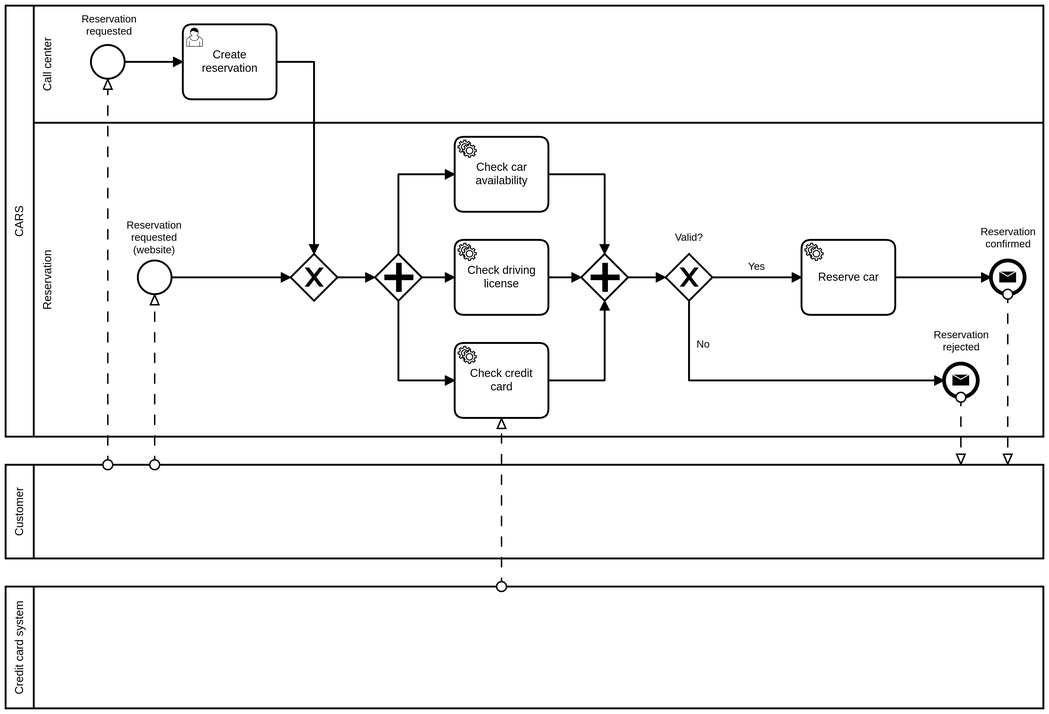
Earlier version of the BPMN export car_rental/models/reservation_process_as_is.png (franco-ruggeri/polito-information-systems). Its source is kept beside it as car_rental/models/reservation_process_as_is.bpmn. Ids are renumbered.
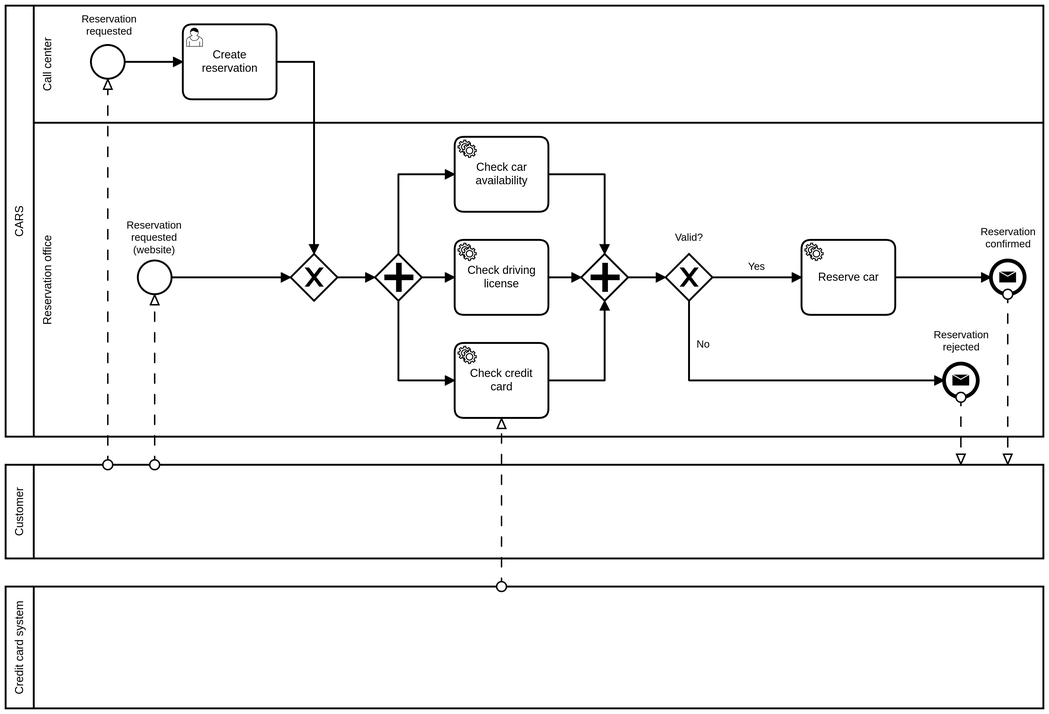
Later version of the same file.

Diff of the diagram source:
```diff
@@ -11,7 +11,7 @@
   </bpmn:collaboration>
   <bpmn:process id="Process_n4" isExecutable="true">
     <bpmn:laneSet id="LaneSet_n18">
-      <bpmn:lane id="Lane_n19" name="Reservation">
+      <bpmn:lane id="Lane_n19" name="Reservation office">
         <bpmn:flowNodeRef>Gateway_n20</bpmn:flowNodeRef>
         <bpmn:flowNodeRef>Gateway_n21</bpmn:flowNodeRef>
         <bpmn:flowNodeRef>Activity_n22</bpmn:flowNodeRef>
@@ -107,53 +107,29 @@
       <bpmndi:BPMNShape id="Participant_n3_di" bpmnElement="Participant_n3" isHorizontal="true">
         <dc:Bounds x="121" y="110" width="1107" height="460" />
       </bpmndi:BPMNShape>
+      <bpmndi:BPMNShape id="Lane_n27_di" bpmnElement="Lane_n27" isHorizontal="true">
+        <dc:Bounds x="151" y="110" width="1077" height="125" />
+      </bpmndi:BPMNShape>
       <bpmndi:BPMNShape id="Lane_n19_di" bpmnElement="Lane_n19" isHorizontal="true">
         <dc:Bounds x="151" y="235" width="1077" height="335" />
       </bpmndi:BPMNShape>
-      <bpmndi:BPMNShape id="Lane_n27_di" bpmnElement="Lane_n27" isHorizontal="true">
-        <dc:Bounds x="151" y="110" width="1077" height="125" />
-      </bpmndi:BPMNShape>
-      <bpmndi:BPMNEdge id="Flow_n29_di" bpmnElement="Flow_n29">
-        <di:waypoint x="410" y="170" />
-        <di:waypoint x="450" y="170" />
-        <di:waypoint x="450" y="375" />
+      <bpmndi:BPMNEdge id="Flow_n44_di" bpmnElement="Flow_n44">
+        <di:waypoint x="700" y="400" />
+        <di:waypoint x="735" y="400" />
       </bpmndi:BPMNEdge>
-      <bpmndi:BPMNEdge id="Flow_n30_di" bpmnElement="Flow_n30">
-        <di:waypoint x="248" y="170" />
-        <di:waypoint x="310" y="170" />
+      <bpmndi:BPMNEdge id="Flow_n43_di" bpmnElement="Flow_n43">
+        <di:waypoint x="700" y="510" />
+        <di:waypoint x="760" y="510" />
+        <di:waypoint x="760" y="425" />
       </bpmndi:BPMNEdge>
-      <bpmndi:BPMNEdge id="Flow_n31_di" bpmnElement="Flow_n31">
-        <di:waypoint x="298" y="400" />
-        <di:waypoint x="425" y="400" />
+      <bpmndi:BPMNEdge id="Flow_n42_di" bpmnElement="Flow_n42">
+        <di:waypoint x="700" y="290" />
+        <di:waypoint x="760" y="290" />
+        <di:waypoint x="760" y="375" />
       </bpmndi:BPMNEdge>
-      <bpmndi:BPMNEdge id="Flow_n32_di" bpmnElement="Flow_n32">
-        <di:waypoint x="475" y="400" />
-        <di:waypoint x="515" y="400" />
-      </bpmndi:BPMNEdge>
-      <bpmndi:BPMNEdge id="Flow_n33_di" bpmnElement="Flow_n33">
-        <di:waypoint x="540" y="375" />
-        <di:waypoint x="540" y="290" />
-        <di:waypoint x="600" y="290" />
-      </bpmndi:BPMNEdge>
-      <bpmndi:BPMNEdge id="Flow_n34_di" bpmnElement="Flow_n34">
-        <di:waypoint x="540" y="425" />
-        <di:waypoint x="540" y="510" />
-        <di:waypoint x="600" y="510" />
-      </bpmndi:BPMNEdge>
-      <bpmndi:BPMNEdge id="Flow_n35_di" bpmnElement="Flow_n35">
-        <di:waypoint x="565" y="400" />
-        <di:waypoint x="600" y="400" />
-      </bpmndi:BPMNEdge>
-      <bpmndi:BPMNEdge id="Flow_n36_di" bpmnElement="Flow_n36">
-        <di:waypoint x="875" y="400" />
-        <di:waypoint x="970" y="400" />
-        <bpmndi:BPMNLabel>
-          <dc:Bounds x="913" y="382" width="19" height="14" />
-        </bpmndi:BPMNLabel>
-      </bpmndi:BPMNEdge>
-      <bpmndi:BPMNEdge id="Flow_n37_di" bpmnElement="Flow_n37">
-        <di:waypoint x="1070" y="400" />
-        <di:waypoint x="1172" y="400" />
+      <bpmndi:BPMNEdge id="Flow_n41_di" bpmnElement="Flow_n41">
+        <di:waypoint x="785" y="400" />
+        <di:waypoint x="825" y="400" />
       </bpmndi:BPMNEdge>
       <bpmndi:BPMNEdge id="Flow_n38_di" bpmnElement="Flow_n38">
         <di:waypoint x="850" y="425" />
@@ -163,23 +139,47 @@
           <dc:Bounds x="858" y="465" width="15" height="14" />
         </bpmndi:BPMNLabel>
       </bpmndi:BPMNEdge>
-      <bpmndi:BPMNEdge id="Flow_n41_di" bpmnElement="Flow_n41">
-        <di:waypoint x="785" y="400" />
-        <di:waypoint x="825" y="400" />
+      <bpmndi:BPMNEdge id="Flow_n37_di" bpmnElement="Flow_n37">
+        <di:waypoint x="1070" y="400" />
+        <di:waypoint x="1172" y="400" />
       </bpmndi:BPMNEdge>
-      <bpmndi:BPMNEdge id="Flow_n42_di" bpmnElement="Flow_n42">
-        <di:waypoint x="700" y="290" />
-        <di:waypoint x="760" y="290" />
-        <di:waypoint x="760" y="375" />
+      <bpmndi:BPMNEdge id="Flow_n36_di" bpmnElement="Flow_n36">
+        <di:waypoint x="875" y="400" />
+        <di:waypoint x="970" y="400" />
+        <bpmndi:BPMNLabel>
+          <dc:Bounds x="913" y="382" width="19" height="14" />
+        </bpmndi:BPMNLabel>
       </bpmndi:BPMNEdge>
-      <bpmndi:BPMNEdge id="Flow_n43_di" bpmnElement="Flow_n43">
-        <di:waypoint x="700" y="510" />
-        <di:waypoint x="760" y="510" />
-        <di:waypoint x="760" y="425" />
+      <bpmndi:BPMNEdge id="Flow_n35_di" bpmnElement="Flow_n35">
+        <di:waypoint x="565" y="400" />
+        <di:waypoint x="600" y="400" />
       </bpmndi:BPMNEdge>
-      <bpmndi:BPMNEdge id="Flow_n44_di" bpmnElement="Flow_n44">
-        <di:waypoint x="700" y="400" />
-        <di:waypoint x="735" y="400" />
+      <bpmndi:BPMNEdge id="Flow_n34_di" bpmnElement="Flow_n34">
+        <di:waypoint x="540" y="425" />
+        <di:waypoint x="540" y="510" />
+        <di:waypoint x="600" y="510" />
+      </bpmndi:BPMNEdge>
+      <bpmndi:BPMNEdge id="Flow_n33_di" bpmnElement="Flow_n33">
+        <di:waypoint x="540" y="375" />
+        <di:waypoint x="540" y="290" />
+        <di:waypoint x="600" y="290" />
+      </bpmndi:BPMNEdge>
+      <bpmndi:BPMNEdge id="Flow_n32_di" bpmnElement="Flow_n32">
+        <di:waypoint x="475" y="400" />
+        <di:waypoint x="515" y="400" />
+      </bpmndi:BPMNEdge>
+      <bpmndi:BPMNEdge id="Flow_n31_di" bpmnElement="Flow_n31">
+        <di:waypoint x="298" y="400" />
+        <di:waypoint x="425" y="400" />
+      </bpmndi:BPMNEdge>
+      <bpmndi:BPMNEdge id="Flow_n30_di" bpmnElement="Flow_n30">
+        <di:waypoint x="248" y="170" />
+        <di:waypoint x="310" y="170" />
+      </bpmndi:BPMNEdge>
+      <bpmndi:BPMNEdge id="Flow_n29_di" bpmnElement="Flow_n29">
+        <di:waypoint x="410" y="170" />
+        <di:waypoint x="450" y="170" />
+        <di:waypoint x="450" y="375" />
       </bpmndi:BPMNEdge>
       <bpmndi:BPMNShape id="Activity_082cy1y_di" bpmnElement="Activity_n28">
         <dc:Bounds x="310" y="130" width="100" height="80" />
@@ -241,6 +241,14 @@
       <bpmndi:BPMNShape id="Participant_n7_di" bpmnElement="Participant_n7" isHorizontal="true">
         <dc:Bounds x="121" y="730" width="1107" height="130" />
       </bpmndi:BPMNShape>
+      <bpmndi:BPMNEdge id="Flow_n9_di" bpmnElement="Flow_n9">
+        <di:waypoint x="230" y="600" />
+        <di:waypoint x="230" y="188" />
+      </bpmndi:BPMNEdge>
+      <bpmndi:BPMNEdge id="Flow_n10_di" bpmnElement="Flow_n10">
+        <di:waypoint x="280" y="600" />
+        <di:waypoint x="280" y="418" />
+      </bpmndi:BPMNEdge>
       <bpmndi:BPMNEdge id="Flow_n12_di" bpmnElement="Flow_n12">
         <di:waypoint x="1140" y="528" />
         <di:waypoint x="1140" y="600" />
@@ -249,14 +257,6 @@
         <di:waypoint x="1190" y="418" />
         <di:waypoint x="1190" y="600" />
       </bpmndi:BPMNEdge>
-      <bpmndi:BPMNEdge id="Flow_n9_di" bpmnElement="Flow_n9">
-        <di:waypoint x="230" y="600" />
-        <di:waypoint x="230" y="188" />
-      </bpmndi:BPMNEdge>
-      <bpmndi:BPMNEdge id="Flow_n10_di" bpmnElement="Flow_n10">
-        <di:waypoint x="280" y="600" />
-        <di:waypoint x="280" y="418" />
-      </bpmndi:BPMNEdge>
       <bpmndi:BPMNEdge id="Flow_n16_di" bpmnElement="Flow_n16">
         <di:waypoint x="650" y="730" />
         <di:waypoint x="650" y="550" />
```
